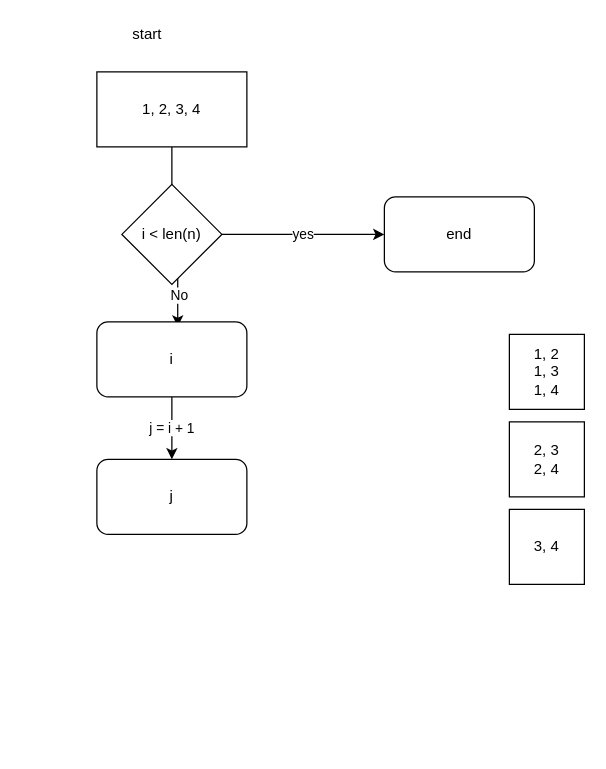
The draw.io diagram diagrams/loop.drawio in cheungh/algorithm, before the edit. Source tidied: cells renumbered, new cells numbered last; positions are measured from the earlier drawing's top-left corner, leaving out a move shared by most shapes. Both pictures are drawn from the tidied source at 125%, with x=0, y=0 at pixel (96, 21).
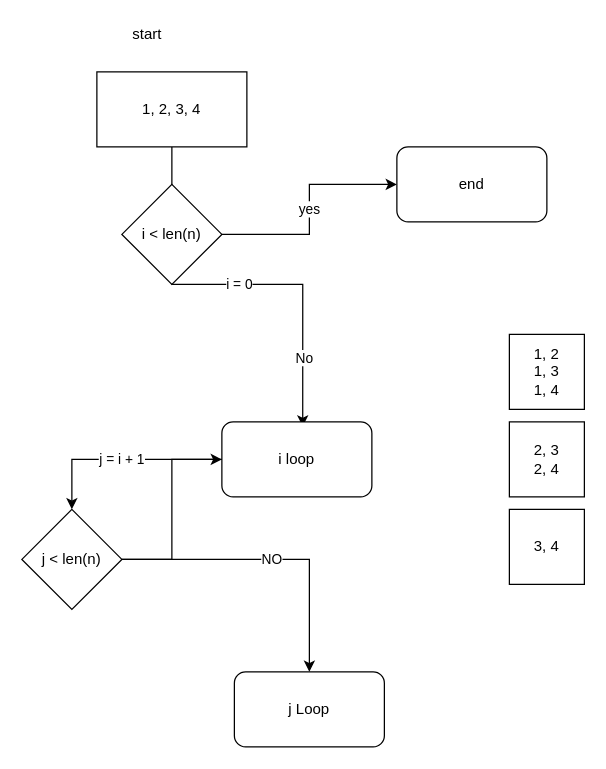
Above is the later version.

Diff of the diagram source:
```diff
@@
 <mxGraphModel>
   <root>
     <mxCell id="0" />
     <mxCell id="1" parent="0" />
     <mxCell id="2" value="i = 0" style="edgeStyle=orthogonalEdgeStyle;rounded=0;jettySize=auto;html=1;entryX=0.539;entryY=0.061;entryDx=0;entryDy=0;entryPerimeter=0;" parent="1" edge="1" source="4" target="6">
       <mxGeometry relative="1" as="geometry" />
     </mxCell>
     <mxCell id="3" value="No" style="edgeLabel;html=1;align=center;verticalAlign=middle;" parent="2" vertex="1">
       <mxGeometry x="0.66" y="1" relative="1" as="geometry" />
     </mxCell>
     <mxCell id="4" value="1, 2, 3, 4" style="rounded=0;whiteSpace=wrap;html=1;" parent="1" vertex="1">
       <mxGeometry y="40" width="120" height="60" as="geometry" />
     </mxCell>
-    <mxCell id="5" value="j = i + 1" style="edgeStyle=orthogonalEdgeStyle;rounded=0;jettySize=auto;html=1;entryX=0.5;entryY=0;entryDx=0;entryDy=0;" parent="1" edge="1" source="6" target="7">
+    <mxCell id="5" value="NO" style="edgeStyle=orthogonalEdgeStyle;rounded=0;jettySize=auto;html=1;entryX=0.5;entryY=0;entryDx=0;entryDy=0;" parent="1" edge="1" source="16" target="7">
       <mxGeometry relative="1" as="geometry" />
     </mxCell>
-    <mxCell id="6" value="i" style="rounded=1;whiteSpace=wrap;html=1;" parent="1" vertex="1">
-      <mxGeometry y="240" width="120" height="60" as="geometry" />
+    <mxCell id="6" value="i loop" style="rounded=1;whiteSpace=wrap;html=1;" parent="1" vertex="1">
+      <mxGeometry x="100" y="320" width="120" height="60" as="geometry" />
     </mxCell>
-    <mxCell id="7" value="j" style="rounded=1;whiteSpace=wrap;html=1;" parent="1" vertex="1">
-      <mxGeometry y="350" width="120" height="60" as="geometry" />
+    <mxCell id="7" value="j Loop" style="rounded=1;whiteSpace=wrap;html=1;" parent="1" vertex="1">
+      <mxGeometry x="110" y="520" width="120" height="60" as="geometry" />
     </mxCell>
     <mxCell id="8" value="yes" style="edgeStyle=orthogonalEdgeStyle;rounded=0;jettySize=auto;html=1;" parent="1" edge="1" source="9" target="11">
       <mxGeometry relative="1" as="geometry" />
     </mxCell>
     <mxCell id="9" value="i &amp;lt; len(n)" style="rhombus;whiteSpace=wrap;html=1;" parent="1" vertex="1">
       <mxGeometry x="20" y="130" width="80" height="80" as="geometry" />
     </mxCell>
     <mxCell id="10" value="start" style="text;html=1;align=center;verticalAlign=middle;" parent="1" vertex="1">
       <mxGeometry x="20" width="40" height="20" as="geometry" />
     </mxCell>
     <mxCell id="11" value="end" style="rounded=1;whiteSpace=wrap;html=1;" parent="1" vertex="1">
-      <mxGeometry x="230" y="140" width="120" height="60" as="geometry" />
+      <mxGeometry x="240" y="100" width="120" height="60" as="geometry" />
     </mxCell>
     <mxCell id="12" value="1, 2&lt;br&gt;1, 3&lt;br&gt;1, 4" style="whiteSpace=wrap;html=1;" parent="1" vertex="1">
       <mxGeometry x="330" y="250" width="60" height="60" as="geometry" />
     </mxCell>
     <mxCell id="13" value="2, 3&lt;br&gt;2, 4" style="whiteSpace=wrap;html=1;" parent="1" vertex="1">
       <mxGeometry x="330" y="320" width="60" height="60" as="geometry" />
     </mxCell>
     <mxCell id="14" value="3, 4" style="whiteSpace=wrap;html=1;" parent="1" vertex="1">
       <mxGeometry x="330" y="390" width="60" height="60" as="geometry" />
     </mxCell>
+    <mxCell id="15" style="edgeStyle=orthogonalEdgeStyle;rounded=0;jettySize=auto;html=1;entryX=0;entryY=0.5;entryDx=0;entryDy=0;" parent="1" edge="1" source="16" target="6">
+      <mxGeometry relative="1" as="geometry" />
+    </mxCell>
+    <mxCell id="16" value="j &amp;lt; len(n)" style="rhombus;whiteSpace=wrap;html=1;" parent="1" vertex="1">
+      <mxGeometry x="-60" y="390" width="80" height="80" as="geometry" />
+    </mxCell>
+    <mxCell id="17" value="j = i + 1" style="edgeStyle=orthogonalEdgeStyle;rounded=0;jettySize=auto;html=1;entryX=0.5;entryY=0;entryDx=0;entryDy=0;" parent="1" edge="1" source="6" target="16">
+      <mxGeometry relative="1" as="geometry" />
+    </mxCell>
   </root>
 </mxGraphModel>
```
